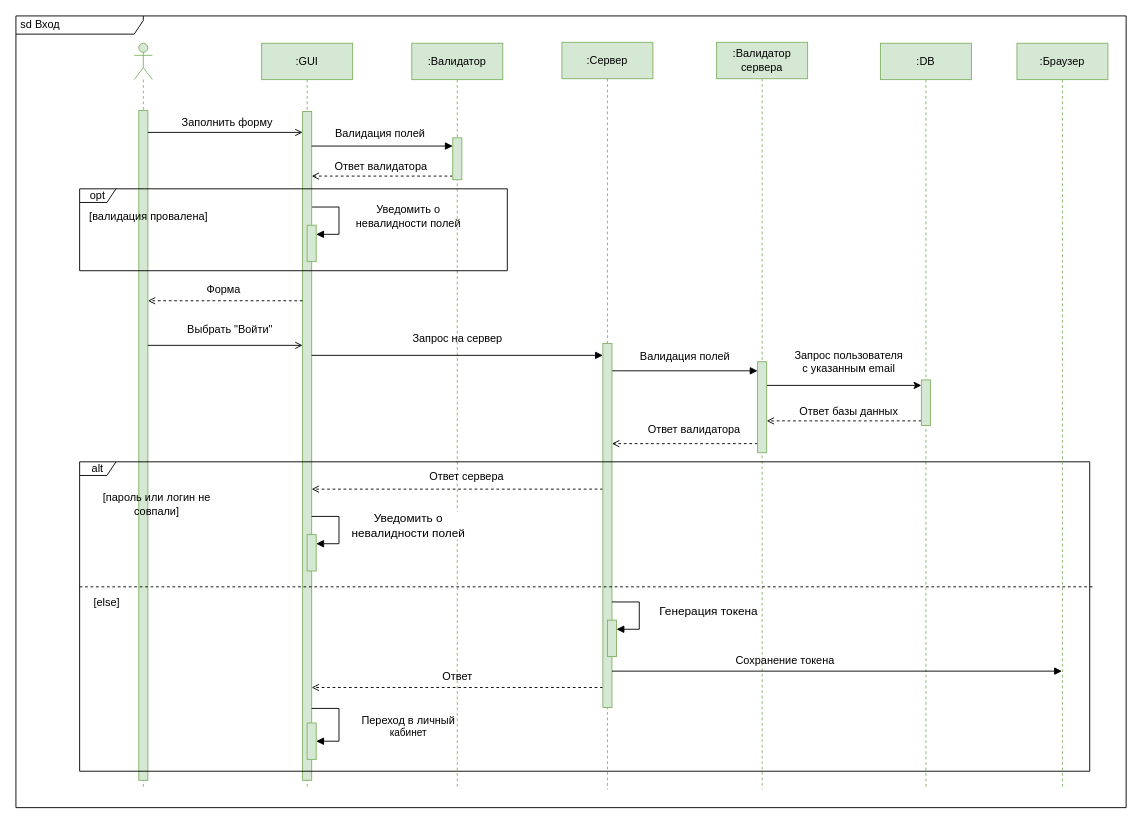
Before: Задание_3/Диаграммы/Вход.drawio in Nochoooo/micro_engineering, a draw.io diagram. Source tidied: cells renumbered, new cells numbered last; positions are measured from the earlier drawing's top-left corner, leaving out a move shared by most shapes. Both pictures are drawn from the tidied source at 91%, with x=0, y=0 at pixel (15, 15).
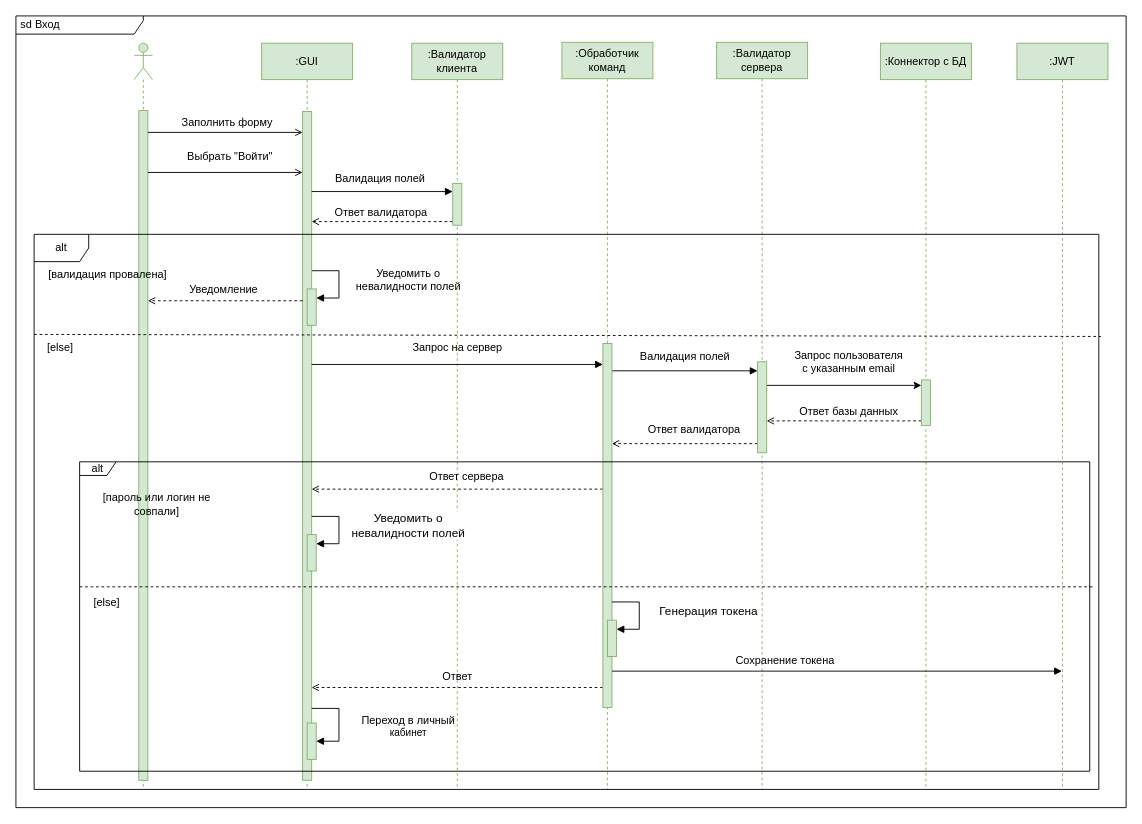
After the change.

Commit message (it also covers changes not shown here):
Добавлена диаграмма посл. Выход и исправлены Вход, Регистрация и схема БД

Unchanged cells that the change refers to:
```xml
<mxCell id="4" value=":GUI" style="shape=umlLifeline;perimeter=lifelinePerimeter;whiteSpace=wrap;html=1;newEdgeStyle={&quot;curved&quot;:0,&quot;rounded&quot;:0};fillColor=#d5e8d4;strokeColor=#82b366;" parent="1" vertex="1">
  <mxGeometry x="270" y="30" width="100" height="820" as="geometry" />
</mxCell>
```

Change to the diagram source:
```diff
@@
     <mxCell id="5" value="&lt;div style=&quot;font-size: 12px;&quot;&gt;&lt;font style=&quot;font-size: 12px;&quot;&gt;Уведомить о&lt;/font&gt;&lt;/div&gt;&lt;div style=&quot;font-size: 12px;&quot;&gt;&lt;font style=&quot;font-size: 12px;&quot;&gt;невалидности полей&lt;/font&gt;&lt;/div&gt;" style="html=1;align=center;spacingLeft=2;endArrow=block;rounded=0;edgeStyle=orthogonalEdgeStyle;curved=0;rounded=0;" parent="4" edge="1" target="7">
       <mxGeometry x="-0.06" y="75" relative="1" as="geometry">
-        <mxPoint x="55" y="180" as="sourcePoint" />
+        <mxPoint x="55" y="250" as="sourcePoint" />
         <Array as="points">
-          <mxPoint x="85" y="210" />
+          <mxPoint x="85" y="280" />
         </Array>
       </mxGeometry>
     </mxCell>
@@
     <mxCell id="7" style="html=1;points=[[0,0,0,0,5],[0,1,0,0,-5],[1,0,0,0,5],[1,1,0,0,-5]];perimeter=orthogonalPerimeter;outlineConnect=0;targetShapes=umlLifeline;portConstraint=eastwest;newEdgeStyle={&quot;curved&quot;:0,&quot;rounded&quot;:0};fillColor=#d5e8d4;strokeColor=#82b366;" parent="4" vertex="1">
-      <mxGeometry x="50" y="200" width="10" height="40" as="geometry" />
+      <mxGeometry x="50" y="270" width="10" height="40" as="geometry" />
     </mxCell>
@@
     <mxCell id="10" value="&lt;font style=&quot;font-size: 12px;&quot;&gt;Выбрать &quot;Войти&quot;&lt;/font&gt;" style="text;html=1;align=center;verticalAlign=middle;strokeColor=none;fillColor=none;" parent="1" vertex="1">
-      <mxGeometry x="175" y="330" width="120" height="30" as="geometry" />
+      <mxGeometry x="175" y="140" width="120" height="30" as="geometry" />
     </mxCell>
     <mxCell id="11" style="endArrow=open;html=1;rounded=0;endFill=0;" parent="1" edge="1">
       <mxGeometry relative="1" as="geometry">
-        <mxPoint x="145" y="362" as="sourcePoint" />
-        <mxPoint x="315" y="362" as="targetPoint" />
+        <mxPoint x="145" y="172" as="sourcePoint" />
+        <mxPoint x="315" y="172" as="targetPoint" />
       </mxGeometry>
     </mxCell>
-    <mxCell id="12" value=":Валидатор" style="shape=umlLifeline;perimeter=lifelinePerimeter;whiteSpace=wrap;html=1;newEdgeStyle={&quot;curved&quot;:0,&quot;rounded&quot;:0};fillColor=#d5e8d4;strokeColor=#82b366;" parent="1" vertex="1">
+    <mxCell id="12" value=":Валидатор клиента" style="shape=umlLifeline;perimeter=lifelinePerimeter;whiteSpace=wrap;html=1;newEdgeStyle={&quot;curved&quot;:0,&quot;rounded&quot;:0};fillColor=#d5e8d4;strokeColor=#82b366;" parent="1" vertex="1">
       <mxGeometry x="435" y="30" width="100" height="820" as="geometry" />
     </mxCell>
     <mxCell id="13" style="endArrow=block;html=1;rounded=0;endFill=1;" parent="1" edge="1">
       <mxGeometry relative="1" as="geometry">
-        <mxPoint x="325" y="143" as="sourcePoint" />
-        <mxPoint x="480" y="143" as="targetPoint" />
+        <mxPoint x="325" y="193" as="sourcePoint" />
+        <mxPoint x="480" y="193" as="targetPoint" />
       </mxGeometry>
     </mxCell>
     <mxCell id="14" value="&lt;font style=&quot;font-size: 12px;&quot;&gt;Валидация полей&lt;/font&gt;" style="text;html=1;align=center;verticalAlign=middle;strokeColor=none;fillColor=none;" parent="1" vertex="1">
-      <mxGeometry x="340" y="114" width="120" height="30" as="geometry" />
+      <mxGeometry x="340" y="164" width="120" height="30" as="geometry" />
     </mxCell>
     <mxCell id="15" style="endArrow=open;html=1;rounded=0;endFill=0;dashed=1;" parent="1" edge="1">
       <mxGeometry relative="1" as="geometry">
-        <mxPoint x="480" y="176" as="sourcePoint" />
-        <mxPoint x="325" y="176" as="targetPoint" />
+        <mxPoint x="480" y="226" as="sourcePoint" />
+        <mxPoint x="325" y="226" as="targetPoint" />
       </mxGeometry>
     </mxCell>
     <mxCell id="16" value="&lt;font style=&quot;font-size: 12px;&quot;&gt;Ответ валидатора&lt;/font&gt;" style="text;html=1;align=center;verticalAlign=middle;strokeColor=none;fillColor=none;" parent="1" vertex="1">
-      <mxGeometry x="336" y="151" width="130" height="30" as="geometry" />
+      <mxGeometry x="336" y="201" width="130" height="30" as="geometry" />
     </mxCell>
-    <mxCell id="17" value="&lt;font style=&quot;font-size: 12px;&quot;&gt;opt&lt;/font&gt;" style="shape=umlFrame;whiteSpace=wrap;html=1;width=40;height=15;" parent="1" vertex="1">
-      <mxGeometry x="70" y="190" width="470" height="90" as="geometry" />
-    </mxCell>
     <mxCell id="18" value="&lt;font style=&quot;font-size: 12px;&quot;&gt;[валидация провалена]&lt;/font&gt;" style="text;html=1;align=center;verticalAlign=middle;whiteSpace=wrap;rounded=0;" parent="1" vertex="1">
-      <mxGeometry x="72" y="206" width="148" height="30" as="geometry" />
+      <mxGeometry x="27" y="270" width="148" height="30" as="geometry" />
     </mxCell>
@@
-    <mxCell id="20" value="&lt;font style=&quot;font-size: 12px;&quot;&gt;Форма&lt;/font&gt;" style="text;html=1;align=center;verticalAlign=middle;strokeColor=none;fillColor=none;" parent="1" vertex="1">
-      <mxGeometry x="198" y="286" width="60" height="30" as="geometry" />
+    <mxCell id="20" value="Уведомление" style="text;html=1;align=center;verticalAlign=middle;strokeColor=none;fillColor=none;" parent="1" vertex="1">
+      <mxGeometry x="178" y="286" width="100" height="30" as="geometry" />
     </mxCell>
@@
-    <mxCell id="22" value=":Сервер" style="shape=umlLifeline;perimeter=lifelinePerimeter;whiteSpace=wrap;html=1;newEdgeStyle={&quot;curved&quot;:0,&quot;rounded&quot;:0};fillColor=#d5e8d4;strokeColor=#82b366;" parent="1" vertex="1">
+    <mxCell id="22" value=":Обработчик команд" style="shape=umlLifeline;perimeter=lifelinePerimeter;whiteSpace=wrap;html=1;newEdgeStyle={&quot;curved&quot;:0,&quot;rounded&quot;:0};fillColor=#d5e8d4;strokeColor=#82b366;" parent="1" vertex="1">
       <mxGeometry x="600" y="29" width="100" height="821" as="geometry" />
     </mxCell>
     <mxCell id="23" style="endArrow=block;html=1;rounded=0;endFill=1;" parent="1" edge="1">
       <mxGeometry relative="1" as="geometry">
-        <mxPoint x="325" y="373" as="sourcePoint" />
-        <mxPoint x="645" y="373" as="targetPoint" />
+        <mxPoint x="325" y="383" as="sourcePoint" />
+        <mxPoint x="645" y="383" as="targetPoint" />
       </mxGeometry>
     </mxCell>
     <mxCell id="24" value="&lt;font style=&quot;font-size: 12px;&quot;&gt;Запрос на сервер&lt;/font&gt;" style="text;html=1;align=center;verticalAlign=middle;strokeColor=none;fillColor=none;" parent="1" vertex="1">
-      <mxGeometry x="425" y="340" width="120" height="30" as="geometry" />
+      <mxGeometry x="425" y="350" width="120" height="30" as="geometry" />
     </mxCell>
@@
-    <mxCell id="27" value=":DB" style="shape=umlLifeline;perimeter=lifelinePerimeter;whiteSpace=wrap;html=1;newEdgeStyle={&quot;curved&quot;:0,&quot;rounded&quot;:0};fillColor=#d5e8d4;strokeColor=#82b366;" parent="1" vertex="1">
+    <mxCell id="27" value=":Коннектор с БД" style="shape=umlLifeline;perimeter=lifelinePerimeter;whiteSpace=wrap;html=1;newEdgeStyle={&quot;curved&quot;:0,&quot;rounded&quot;:0};fillColor=#d5e8d4;strokeColor=#82b366;" parent="1" vertex="1">
       <mxGeometry x="950" y="30" width="100" height="820" as="geometry" />
     </mxCell>
@@
     <mxCell id="44" style="html=1;perimeter=orthogonalPerimeter;targetShapes=umlLifeline;newEdgeStyle={&quot;curved&quot;:0,&quot;rounded&quot;:0};fillColor=#d5e8d4;strokeColor=#82b366;" parent="1" vertex="1">
-      <mxGeometry x="480" y="134" width="10" height="46" as="geometry" />
+      <mxGeometry x="480" y="184" width="10" height="46" as="geometry" />
     </mxCell>
@@
-    <mxCell id="53" value=":Браузер" style="shape=umlLifeline;perimeter=lifelinePerimeter;whiteSpace=wrap;html=1;newEdgeStyle={&quot;curved&quot;:0,&quot;rounded&quot;:0};fillColor=#d5e8d4;strokeColor=#82b366;" parent="1" vertex="1">
+    <mxCell id="53" value=":JWT" style="shape=umlLifeline;perimeter=lifelinePerimeter;whiteSpace=wrap;html=1;newEdgeStyle={&quot;curved&quot;:0,&quot;rounded&quot;:0};fillColor=#d5e8d4;strokeColor=#82b366;" parent="1" vertex="1">
       <mxGeometry x="1100" y="30" width="100" height="820" as="geometry" />
     </mxCell>
@@
+    <mxCell id="56" value="alt" style="shape=umlFrame;whiteSpace=wrap;html=1;" parent="1" vertex="1">
+      <mxGeometry x="20" y="240" width="1170" height="610" as="geometry" />
+    </mxCell>
+    <mxCell id="57" style="endArrow=none;dashed=1;html=1;rounded=0;exitX=0;exitY=0.404;exitDx=0;exitDy=0;exitPerimeter=0;entryX=1.002;entryY=0.184;entryDx=0;entryDy=0;entryPerimeter=0;" parent="1" edge="1" target="56">
+      <mxGeometry relative="1" as="geometry">
+        <mxPoint x="20" y="350" as="sourcePoint" />
+      </mxGeometry>
+    </mxCell>
+    <mxCell id="58" value="&lt;font style=&quot;font-size: 12px;&quot;&gt;[else]&lt;/font&gt;" style="text;html=1;align=center;verticalAlign=middle;whiteSpace=wrap;rounded=0;" parent="1" vertex="1">
+      <mxGeometry x="10" y="350" width="78" height="30" as="geometry" />
+    </mxCell>
```
